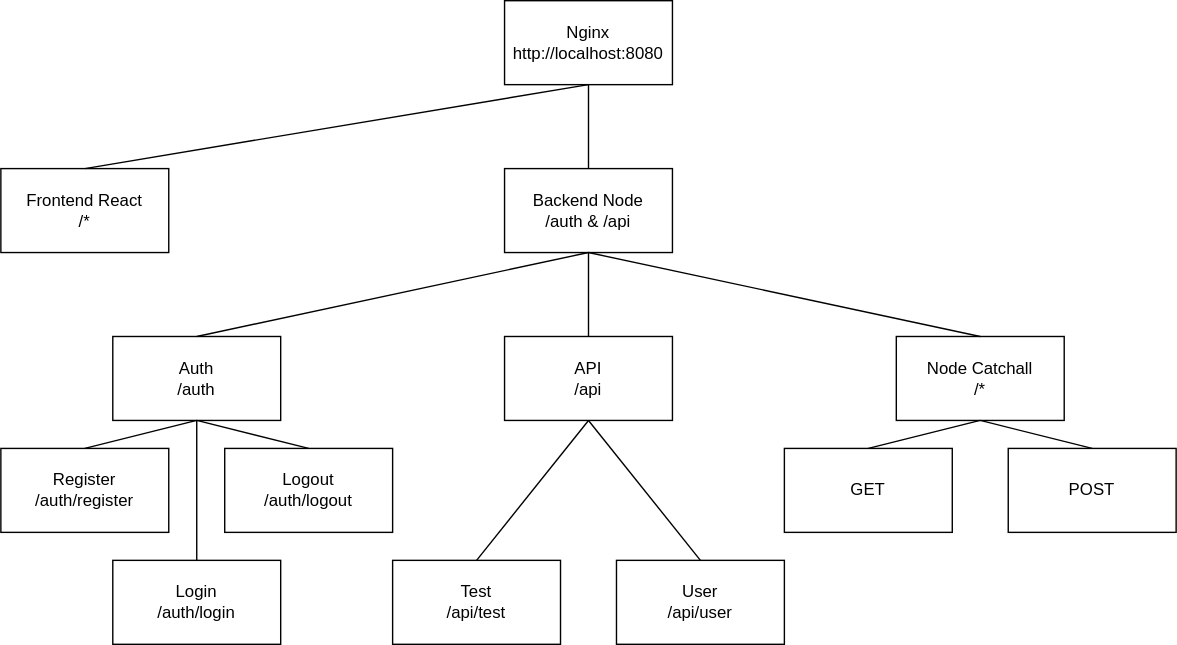
The draw.io diagram overview.drawio.svg in bighill/headless-node-session-auth, before a commit. Source tidied: cells renumbered, new cells last; positions are measured from the earlier drawing's top-left corner, leaving out a move shared by most shapes.
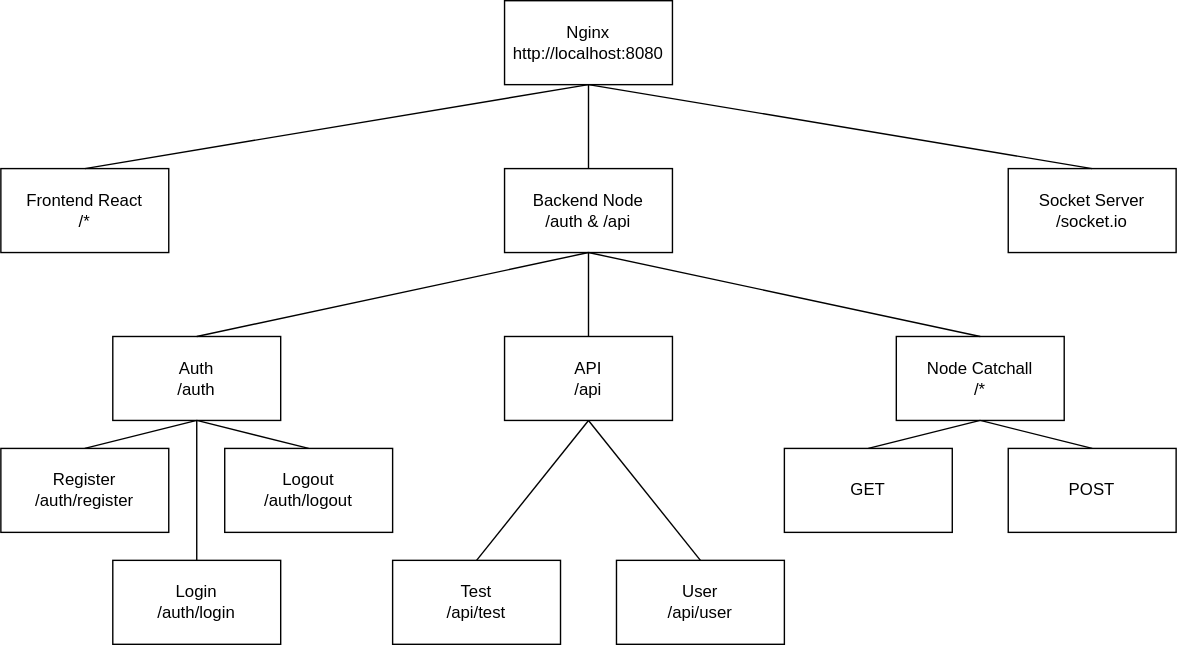
The same file after the commit.

Commit message:
Include sockets in overview image for readme

What changed in the source:
```diff
@@ -77,5 +77,11 @@
     <mxCell id="26" style="endArrow=none;html=1;entryX=0.5;entryY=0;entryDx=0;entryDy=0;exitX=0.5;exitY=1;exitDx=0;exitDy=0;" parent="1" edge="1" source="24" target="2">
       <mxGeometry relative="1" as="geometry" />
     </mxCell>
+    <mxCell id="27" value="Socket Server&lt;br&gt;/socket.io" style="rounded=0;whiteSpace=wrap;html=1;" parent="1" vertex="1">
+      <mxGeometry x="720" y="120" width="120" height="60" as="geometry" />
+    </mxCell>
+    <mxCell id="28" style="endArrow=none;html=1;entryX=0.5;entryY=0;entryDx=0;entryDy=0;exitX=0.5;exitY=1;exitDx=0;exitDy=0;" parent="1" edge="1" source="24" target="27">
+      <mxGeometry relative="1" as="geometry" />
+    </mxCell>
   </root>
 </mxGraphModel>
```
